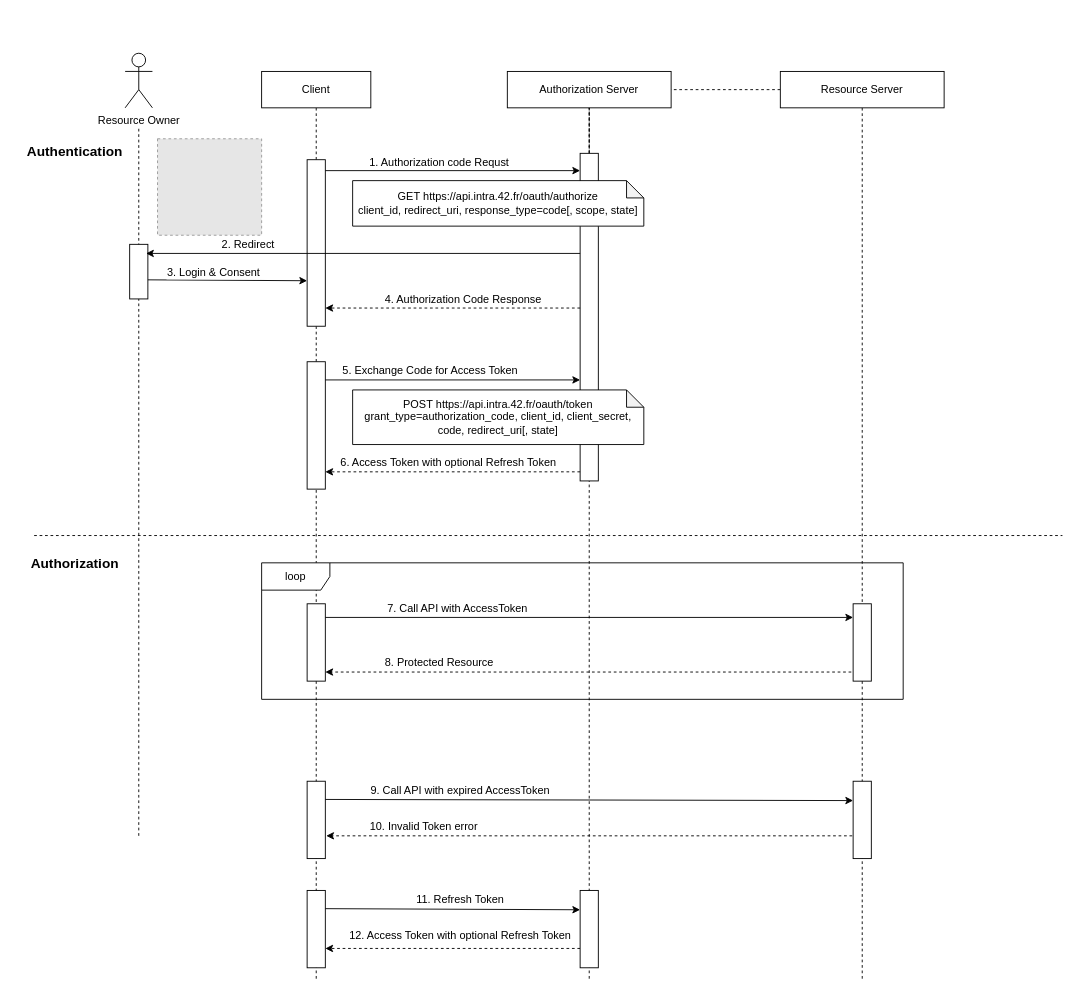
Earlier version of the draw.io diagram page "Auth" (3 of 4) of blueprint.drawio (Architects8080/blueprint). Source tidied: cells renumbered, new cells numbered last; positions are measured from the earlier drawing's top-left corner, leaving out a move shared by most shapes. Both pictures are drawn from the tidied source at 91%, with x=0, y=0 at pixel (34, 53). Pictures stored in the file or linked from it are replaced by grey dashed boxes.
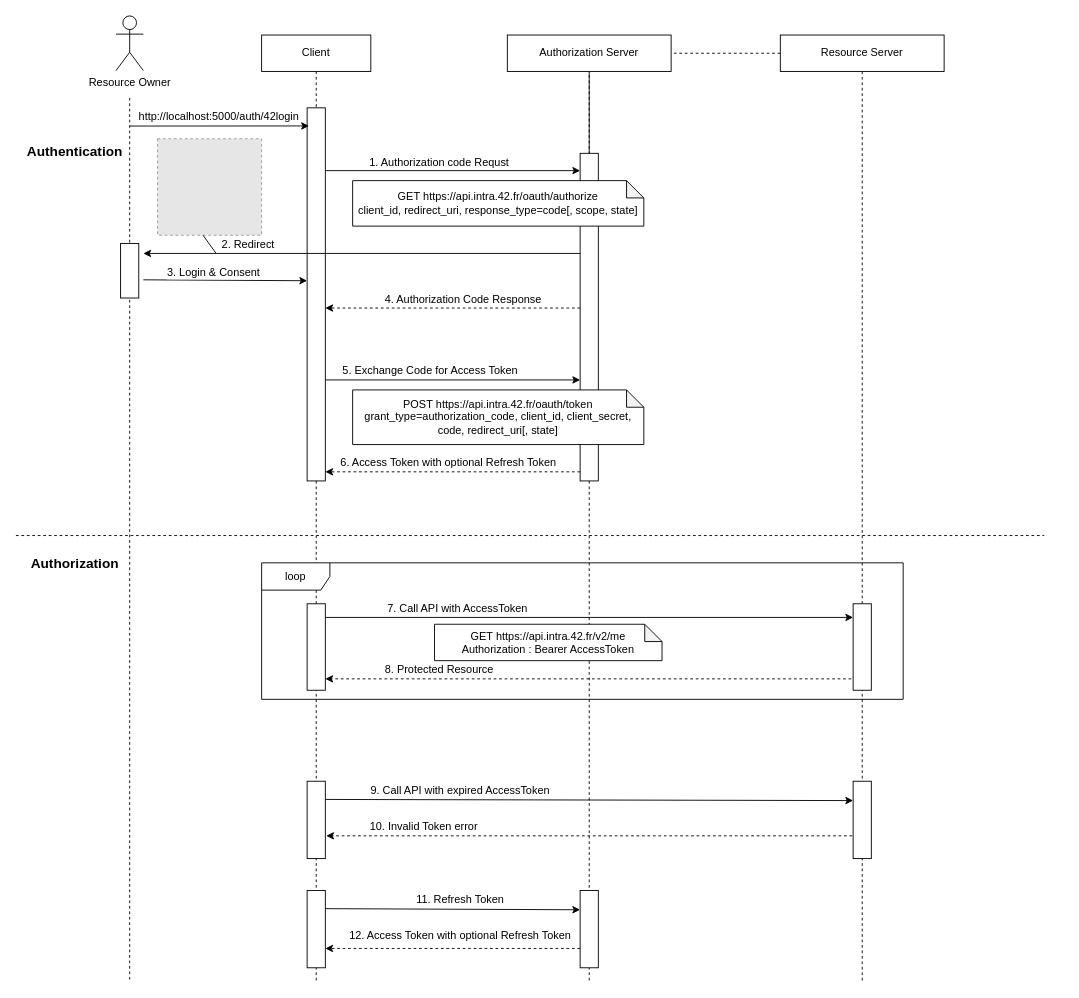
The same diagram, later.

What changed in the source:
```diff
@@
     <mxCell id="5" style="edgeStyle=orthogonalEdgeStyle;rounded=0;orthogonalLoop=1;jettySize=auto;html=1;endArrow=none;endFill=0;dashed=1;" parent="1" edge="1">
       <mxGeometry relative="1" as="geometry">
-        <mxPoint x="115" y="83" as="sourcePoint" />
-        <mxPoint x="115" y="860" as="targetPoint" />
+        <mxPoint x="105" y="49" as="sourcePoint" />
+        <mxPoint x="105" y="1020" as="targetPoint" />
       </mxGeometry>
     </mxCell>
     <mxCell id="6" value="Resource Owner" style="shape=umlActor;verticalLabelPosition=bottom;verticalAlign=top;html=1;" parent="1" vertex="1">
-      <mxGeometry x="100" width="30" height="60" as="geometry" />
+      <mxGeometry x="90" y="-41" width="30" height="60" as="geometry" />
     </mxCell>
@@
     <mxCell id="8" value="Client" style="rounded=0;whiteSpace=wrap;html=1;" parent="1" vertex="1">
-      <mxGeometry x="250" y="20" width="120" height="40" as="geometry" />
+      <mxGeometry x="250" y="-20" width="120" height="40" as="geometry" />
     </mxCell>
@@
     <mxCell id="11" value="Resource Server" style="rounded=0;whiteSpace=wrap;html=1;" parent="1" vertex="1">
-      <mxGeometry x="820" y="20" width="180" height="40" as="geometry" />
+      <mxGeometry x="820" y="-20" width="180" height="40" as="geometry" />
     </mxCell>
     <mxCell id="12" value="Authorization Server" style="rounded=0;whiteSpace=wrap;html=1;" parent="1" vertex="1">
-      <mxGeometry x="520" y="20" width="180" height="40" as="geometry" />
+      <mxGeometry x="520" y="-20" width="180" height="40" as="geometry" />
     </mxCell>
@@
     <mxCell id="27" style="endArrow=none;dashed=1;html=1;fontSize=12;" parent="1" edge="1">
       <mxGeometry relative="1" as="geometry">
-        <mxPoint y="530" as="sourcePoint" />
-        <mxPoint x="1130" y="530" as="targetPoint" />
+        <mxPoint x="-20" y="530" as="sourcePoint" />
+        <mxPoint x="1110" y="530" as="targetPoint" />
       </mxGeometry>
     </mxCell>
     <mxCell id="28" style="rounded=0;whiteSpace=wrap;html=1;fontSize=12;" parent="1" vertex="1">
-      <mxGeometry x="105" y="210" width="20" height="60" as="geometry" />
+      <mxGeometry x="95" y="209" width="20" height="60" as="geometry" />
     </mxCell>
     <mxCell id="29" style="rounded=0;whiteSpace=wrap;html=1;fontSize=12;" parent="1" vertex="1">
-      <mxGeometry x="300" y="117" width="20" height="183" as="geometry" />
+      <mxGeometry x="300" y="60" width="20" height="410" as="geometry" />
     </mxCell>
-    <mxCell id="30" style="rounded=0;whiteSpace=wrap;html=1;fontSize=12;" parent="1" vertex="1">
-      <mxGeometry x="300" y="339" width="20" height="140" as="geometry" />
-    </mxCell>
     <mxCell id="31" style="endArrow=classic;html=1;" parent="1" edge="1">
       <mxGeometry relative="1" as="geometry">
         <mxPoint x="600" y="220" as="sourcePoint" />
-        <mxPoint x="123" y="220" as="targetPoint" />
+        <mxPoint x="120" y="220" as="targetPoint" />
       </mxGeometry>
     </mxCell>
@@
     <mxCell id="35" style="endArrow=classic;html=1;fontSize=12;dashed=1;" parent="1" edge="1">
       <mxGeometry relative="1" as="geometry">
-        <mxPoint x="910" y="680" as="sourcePoint" />
-        <mxPoint x="320" y="680" as="targetPoint" />
+        <mxPoint x="910" y="687.5" as="sourcePoint" />
+        <mxPoint x="320" y="687.5" as="targetPoint" />
       </mxGeometry>
     </mxCell>
     <mxCell id="36" value="8. Protected Resource" style="text;html=1;align=center;verticalAlign=middle;strokeColor=none;fontSize=12;" parent="1" vertex="1">
-      <mxGeometry x="380" y="660" width="130" height="20" as="geometry" />
+      <mxGeometry x="380" y="667.5" width="130" height="20" as="geometry" />
     </mxCell>
     <mxCell id="37" style="rounded=0;whiteSpace=wrap;html=1;fontSize=12;" parent="1" vertex="1">
-      <mxGeometry x="300" y="605" width="20" height="85" as="geometry" />
+      <mxGeometry x="300" y="605" width="20" height="95" as="geometry" />
     </mxCell>
     <mxCell id="38" style="rounded=0;whiteSpace=wrap;html=1;fontSize=12;" parent="1" vertex="1">
-      <mxGeometry x="900" y="605" width="20" height="85" as="geometry" />
+      <mxGeometry x="900" y="605" width="20" height="95" as="geometry" />
     </mxCell>
@@
+    <mxCell id="53" value="http://localhost:5000/auth/42login&amp;nbsp;" style="text;html=1;strokeColor=none;fillColor=none;align=center;verticalAlign=middle;whiteSpace=wrap;rounded=0;" parent="1" vertex="1">
+      <mxGeometry x="110" y="60" width="190" height="20" as="geometry" />
+    </mxCell>
+    <mxCell id="54" style="endArrow=classic;html=1;entryX=-0.15;entryY=0.083;entryDx=0;entryDy=0;entryPerimeter=0;" parent="1" edge="1">
+      <mxGeometry relative="1" as="geometry">
+        <mxPoint x="105" y="80" as="sourcePoint" />
+        <mxPoint x="302" y="79.9" as="targetPoint" />
+        <Array as="points">
+          <mxPoint x="135" y="80" />
+        </Array>
+      </mxGeometry>
+    </mxCell>
+    <mxCell id="55" value="GET&amp;nbsp;&lt;span style=&quot;background-color: transparent ; color: inherit ; font-size: inherit&quot;&gt;https://api.intra.42.fr/v2/me&lt;/span&gt;&lt;br&gt;Authorization : Bearer AccessToken" style="shape=note;whiteSpace=wrap;html=1;backgroundOutline=1;darkOpacity=0.05;size=19;" parent="1" vertex="1">
+      <mxGeometry x="440" y="627.5" width="250" height="40" as="geometry" />
+    </mxCell>
+    <mxCell id="56" style="endArrow=none;html=1;" parent="1" edge="1">
+      <mxGeometry relative="1" as="geometry">
+        <mxPoint x="200" y="220" as="sourcePoint" />
+        <mxPoint x="185.6" y="200" as="targetPoint" />
+      </mxGeometry>
+    </mxCell>
```
